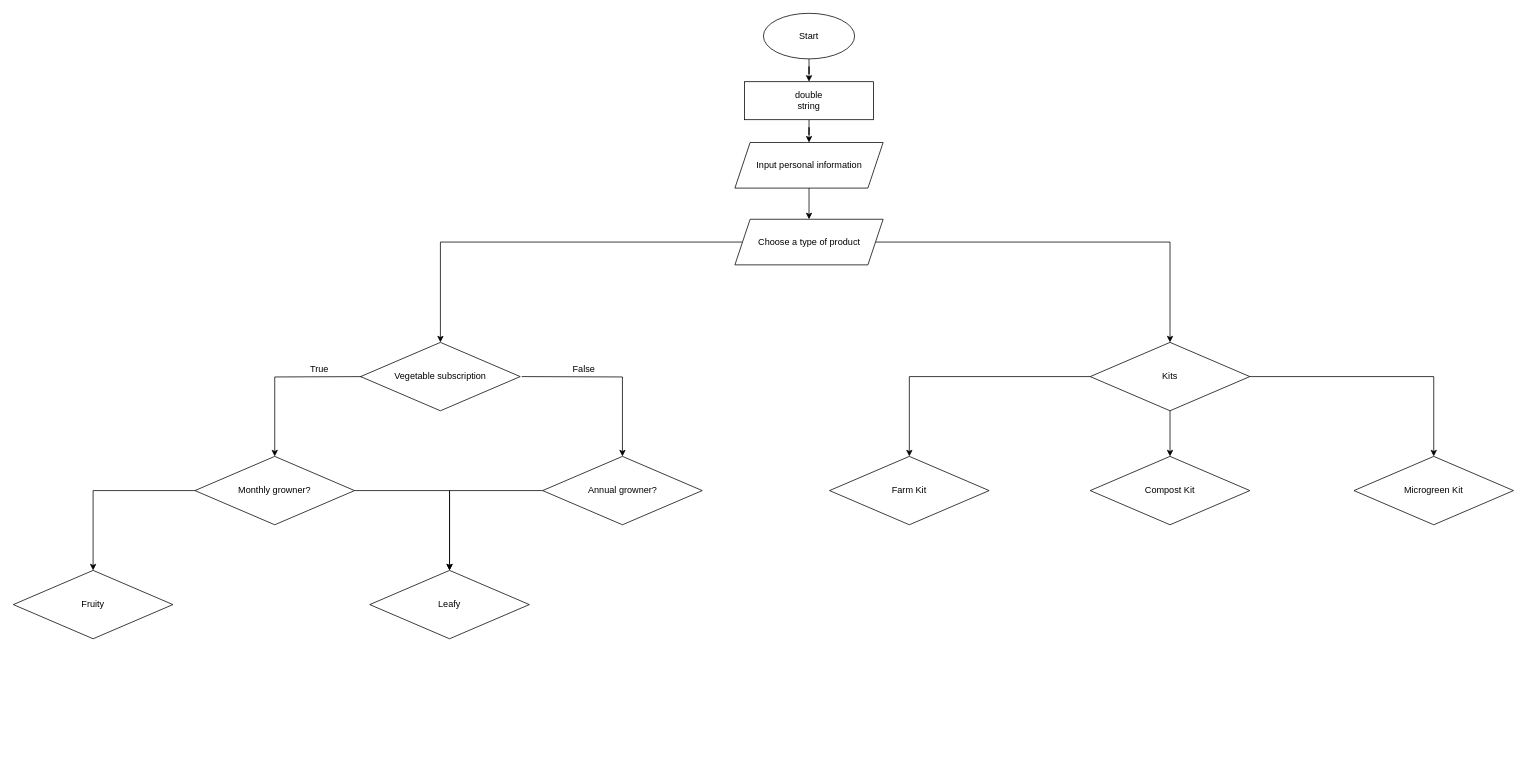
Before: PCPS_flowchart_assign.drawio in i4GS/test, a draw.io diagram. Source tidied: cells renumbered, new cells numbered last; positions are measured from the earlier drawing's top-left corner, leaving out a move shared by most shapes. Both pictures are drawn from the tidied source at 76%, with x=0, y=0 at pixel (13, 13).
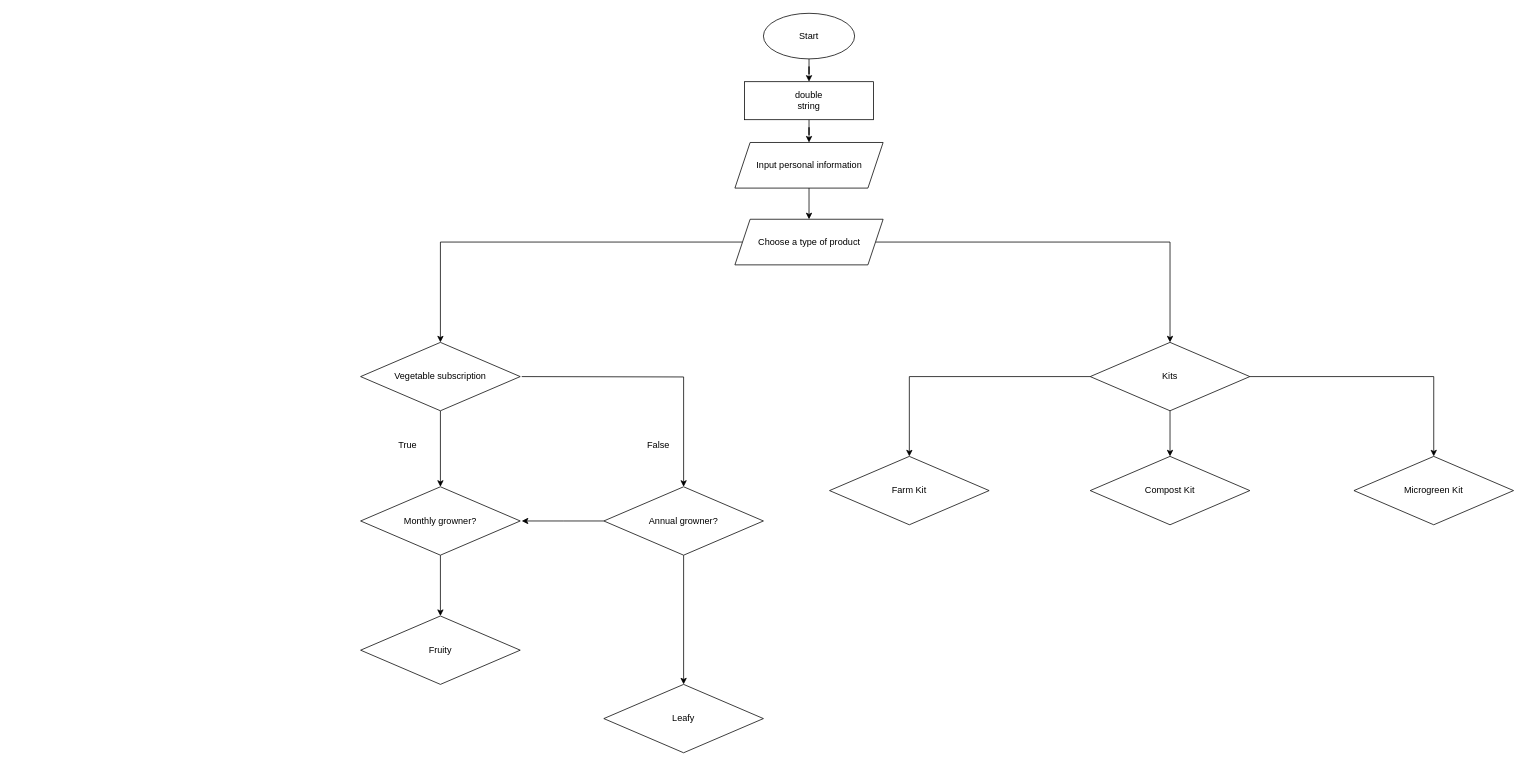
After the change.

The change refers to these unchanged cells:
```xml
<mxCell id="13" value="Vegetable subscription" style="rhombus;whiteSpace=wrap;html=1;" parent="1" vertex="1">
  <mxGeometry x="457" y="433" width="210" height="90" as="geometry" />
</mxCell>
```

What changed in the source:
```diff
@@
-    <mxCell id="11" style="edgeStyle=orthogonalEdgeStyle;rounded=0;jettySize=auto;html=1;" parent="1" edge="1" target="16">
-      <mxGeometry relative="1" as="geometry">
-        <mxPoint x="469" y="478" as="sourcePoint" />
-      </mxGeometry>
+    <mxCell id="11" style="edgeStyle=orthogonalEdgeStyle;rounded=0;jettySize=auto;html=1;exitX=0.5;exitY=1;exitDx=0;exitDy=0;" parent="1" edge="1" source="13" target="16">
+      <mxGeometry relative="1" as="geometry" />
     </mxCell>
@@
-    <mxCell id="14" style="edgeStyle=orthogonalEdgeStyle;rounded=0;jettySize=auto;html=1;entryX=0.5;entryY=0;entryDx=0;entryDy=0;" parent="1" edge="1" source="16" target="29">
-      <mxGeometry relative="1" as="geometry" />
-    </mxCell>
@@
     <mxCell id="16" value="Monthly growner?" style="rhombus;whiteSpace=wrap;html=1;" parent="1" vertex="1">
-      <mxGeometry x="239" y="583" width="210" height="90" as="geometry" />
+      <mxGeometry x="457" y="623" width="210" height="90" as="geometry" />
     </mxCell>
@@
+    <mxCell id="30" style="edgeStyle=orthogonalEdgeStyle;rounded=0;jettySize=auto;html=1;" parent="1" edge="1" source="22">
+      <mxGeometry relative="1" as="geometry">
+        <mxPoint x="669" y="668" as="targetPoint" />
+      </mxGeometry>
+    </mxCell>
     <mxCell id="22" value="Annual growner?" style="rhombus;whiteSpace=wrap;html=1;" parent="1" vertex="1">
-      <mxGeometry x="696.5" y="583" width="210" height="90" as="geometry" />
+      <mxGeometry x="777" y="623" width="210" height="90" as="geometry" />
     </mxCell>
     <mxCell id="23" value="True" style="text;html=1;strokeColor=none;fillColor=none;align=center;verticalAlign=middle;whiteSpace=wrap;rounded=0;" parent="1" vertex="1">
-      <mxGeometry x="373" y="453" width="60" height="30" as="geometry" />
+      <mxGeometry x="489" y="553" width="60" height="30" as="geometry" />
     </mxCell>
     <mxCell id="24" value="False" style="text;html=1;strokeColor=none;fillColor=none;align=center;verticalAlign=middle;whiteSpace=wrap;rounded=0;" parent="1" vertex="1">
-      <mxGeometry x="721" y="453" width="60" height="30" as="geometry" />
+      <mxGeometry x="819" y="553" width="60" height="30" as="geometry" />
     </mxCell>
@@
     <mxCell id="28" value="Fruity" style="rhombus;whiteSpace=wrap;html=1;" parent="1" vertex="1">
-      <mxGeometry y="733" width="210" height="90" as="geometry" />
+      <mxGeometry x="457" y="793" width="210" height="90" as="geometry" />
     </mxCell>
     <mxCell id="29" value="Leafy" style="rhombus;whiteSpace=wrap;html=1;" parent="1" vertex="1">
-      <mxGeometry x="469" y="733" width="210" height="90" as="geometry" />
+      <mxGeometry x="777" y="883" width="210" height="90" as="geometry" />
     </mxCell>
```
